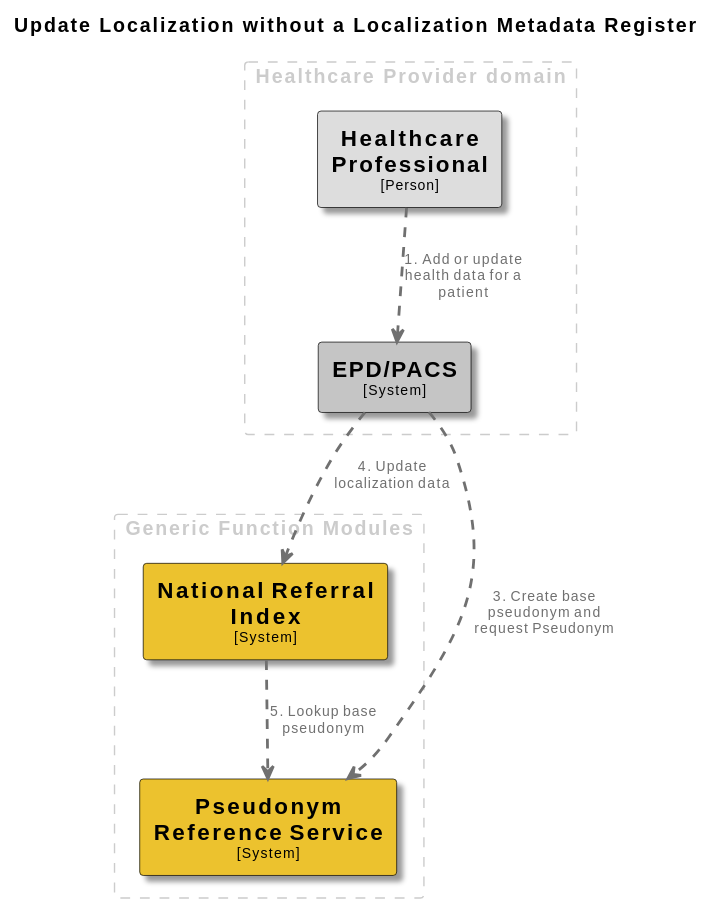
This is docs/images/structurizr-UpdateLocalization.svg from minvws/gfmodules-coordination, a PlantUML export, as it was before one commit.
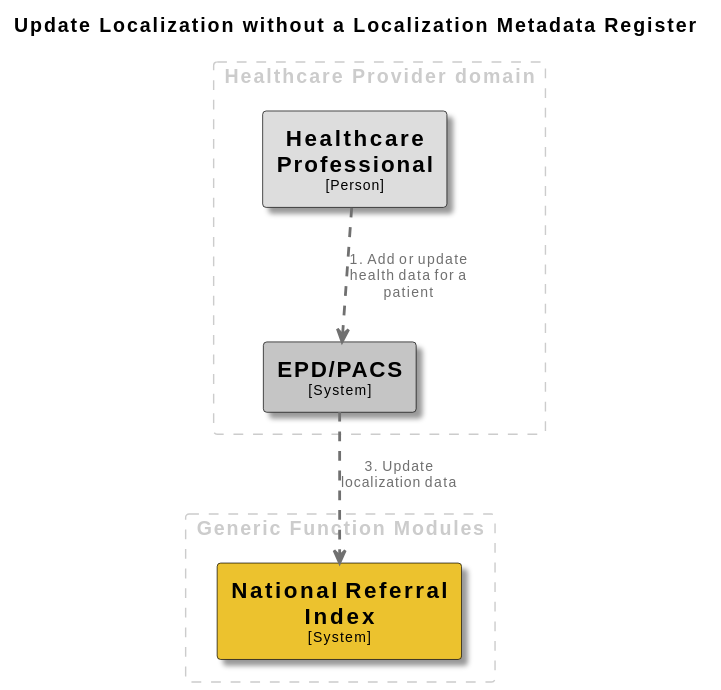
Above is the later version.

Diff of the diagram source:
```diff
@@ -31,19 +31,12 @@
   BorderColor #000000
   shadowing true
 }
-skinparam rectangle<<PseudonymReferenceService>> {
-  BackgroundColor #ecc22e
-  FontColor #000000
-  BorderColor #000000
-  shadowing true
-}
 
 rectangle "Generic Function Modules" <<group1>> as group1 {
   skinparam RectangleBorderColor<<group1>> #cccccc
   skinparam RectangleFontColor<<group1>> #cccccc
   skinparam RectangleBorderStyle<<group1>> dashed
 
-  rectangle "==Pseudonym Reference Service\n<size:10>[System]</size>" <<PseudonymReferenceService>> as PseudonymReferenceService
   rectangle "==National Referral Index\n<size:10>[System]</size>" <<NationalReferralIndex>> as NationalReferralIndex
 }
 
@@ -57,7 +50,5 @@
 }
 
 HealthcareProfessional .[#707070,thickness=2].> EPDPACS : "<color:#707070>1. Add or update health data for a patient"
-EPDPACS .[#707070,thickness=2].> PseudonymReferenceService : "<color:#707070>3. Create base pseudonym and request Pseudonym"
-EPDPACS .[#707070,thickness=2].> NationalReferralIndex : "<color:#707070>4. Update localization data"
-NationalReferralIndex .[#707070,thickness=2].> PseudonymReferenceService : "<color:#707070>5. Lookup base pseudonym"
+EPDPACS .[#707070,thickness=2].> NationalReferralIndex : "<color:#707070>3. Update localization data"
 @enduml
```
